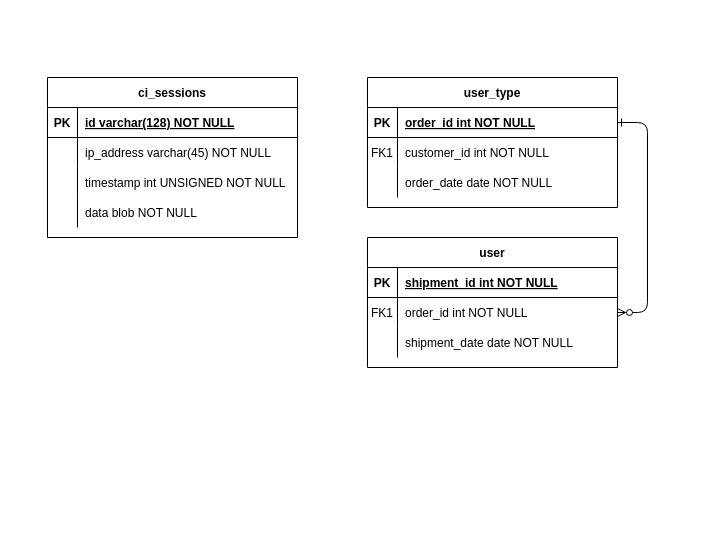
OrifInformatique/helpdesk keeps this draw.io diagram as documentation/database_ER_diagram.drawio. Above is the earlier version. Source tidied: cells renumbered, new cells numbered last; positions are measured from the earlier drawing's top-left corner, leaving out a move shared by most shapes. Both pictures are drawn from the tidied source at 100%, with x=0, y=0 at pixel (47, 77).
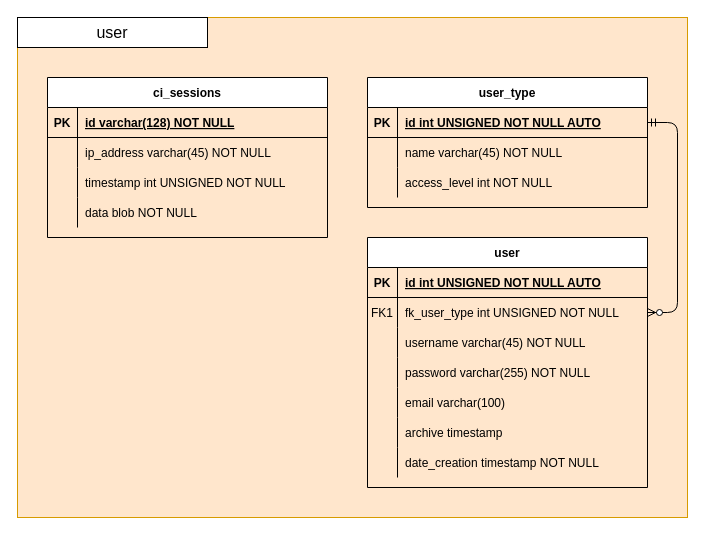
After the change.

Commit message:
Update database_ER_diagram

Diff of the diagram source:
```diff
@@
+    <mxCell id="36" style="rounded=0;whiteSpace=wrap;html=1;fillColor=#ffe6cc;strokeColor=#d79b00;" parent="1" vertex="1">
+      <mxGeometry x="-30" y="-60" width="670" height="500" as="geometry" />
+    </mxCell>
-    <mxCell id="2" style="edgeStyle=entityRelationEdgeStyle;endArrow=ERzeroToMany;startArrow=ERone;endFill=1;startFill=0;" parent="1" edge="1" source="4" target="17">
+    <mxCell id="2" style="edgeStyle=entityRelationEdgeStyle;endArrow=ERzeroToMany;startArrow=ERmandOne;endFill=1;startFill=0;" parent="1" edge="1" source="4" target="17">
       <mxGeometry relative="1" as="geometry" />
     </mxCell>
     <mxCell id="3" value="user_type" style="shape=table;startSize=30;childLayout=tableLayout;rowLines=0;fontStyle=1;align=center;" parent="1" vertex="1">
-      <mxGeometry x="320" width="250" height="130" as="geometry" />
+      <mxGeometry x="320" width="280" height="130" as="geometry" />
     </mxCell>
     <mxCell id="4" style="shape=partialRectangle;fillColor=none;points=[[0,0.5],[1,0.5]];portConstraint=eastwest;top=0;left=0;right=0;bottom=1;" parent="3" vertex="1">
-      <mxGeometry y="30" width="250" height="30" as="geometry" />
+      <mxGeometry y="30" width="280" height="30" as="geometry" />
     </mxCell>
@@
-    <mxCell id="6" value="order_id int NOT NULL " style="shape=partialRectangle;overflow=hidden;fillColor=none;top=0;left=0;bottom=0;right=0;align=left;spacingLeft=6;fontStyle=5;" parent="4" vertex="1">
-      <mxGeometry x="30" width="220" height="30" as="geometry" />
+    <mxCell id="6" value="id int UNSIGNED NOT NULL AUTO" style="shape=partialRectangle;overflow=hidden;fillColor=none;top=0;left=0;bottom=0;right=0;align=left;spacingLeft=6;fontStyle=5;" parent="4" vertex="1">
+      <mxGeometry x="30" width="250" height="30" as="geometry" />
     </mxCell>
     <mxCell id="7" style="shape=partialRectangle;fillColor=none;top=0;left=0;right=0;bottom=0;" parent="3" vertex="1">
-      <mxGeometry y="60" width="250" height="30" as="geometry" />
+      <mxGeometry y="60" width="280" height="30" as="geometry" />
     </mxCell>
-    <mxCell id="8" value="FK1" style="shape=partialRectangle;overflow=hidden;fillColor=none;top=0;left=0;bottom=0;right=0;" parent="7" vertex="1">
+    <mxCell id="8" style="shape=partialRectangle;overflow=hidden;fillColor=none;top=0;left=0;bottom=0;right=0;" parent="7" vertex="1">
       <mxGeometry width="30" height="30" as="geometry" />
     </mxCell>
-    <mxCell id="9" value="customer_id int NOT NULL" style="shape=partialRectangle;overflow=hidden;fillColor=none;top=0;left=0;bottom=0;right=0;align=left;spacingLeft=6;" parent="7" vertex="1">
-      <mxGeometry x="30" width="220" height="30" as="geometry" />
+    <mxCell id="9" value="name varchar(45) NOT NULL" style="shape=partialRectangle;overflow=hidden;fillColor=none;top=0;left=0;bottom=0;right=0;align=left;spacingLeft=6;" parent="7" vertex="1">
+      <mxGeometry x="30" width="250" height="30" as="geometry" />
     </mxCell>
     <mxCell id="10" style="shape=partialRectangle;fillColor=none;top=0;left=0;right=0;bottom=0;" parent="3" vertex="1">
-      <mxGeometry y="90" width="250" height="30" as="geometry" />
+      <mxGeometry y="90" width="280" height="30" as="geometry" />
     </mxCell>
@@
-    <mxCell id="12" value="order_date date NOT NULL" style="shape=partialRectangle;overflow=hidden;fillColor=none;top=0;left=0;bottom=0;right=0;align=left;spacingLeft=6;" parent="10" vertex="1">
-      <mxGeometry x="30" width="220" height="30" as="geometry" />
+    <mxCell id="12" value="access_level int NOT NULL" style="shape=partialRectangle;overflow=hidden;fillColor=none;top=0;left=0;bottom=0;right=0;align=left;spacingLeft=6;" parent="10" vertex="1">
+      <mxGeometry x="30" width="250" height="30" as="geometry" />
     </mxCell>
     <mxCell id="13" value="user" style="shape=table;startSize=30;childLayout=tableLayout;rowLines=0;fontStyle=1;align=center;" parent="1" vertex="1">
-      <mxGeometry x="320" y="160" width="250" height="130" as="geometry" />
+      <mxGeometry x="320" y="160" width="280" height="250" as="geometry" />
     </mxCell>
     <mxCell id="14" style="shape=partialRectangle;fillColor=none;top=0;left=0;right=0;bottom=1;" parent="13" vertex="1">
-      <mxGeometry y="30" width="250" height="30" as="geometry" />
+      <mxGeometry y="30" width="280" height="30" as="geometry" />
     </mxCell>
@@
-    <mxCell id="16" value="shipment_id int NOT NULL " style="shape=partialRectangle;overflow=hidden;fillColor=none;top=0;left=0;bottom=0;right=0;align=left;spacingLeft=6;fontStyle=5;" parent="14" vertex="1">
-      <mxGeometry x="30" width="220" height="30" as="geometry" />
+    <mxCell id="16" value="id int UNSIGNED NOT NULL AUTO" style="shape=partialRectangle;overflow=hidden;fillColor=none;top=0;left=0;bottom=0;right=0;align=left;spacingLeft=6;fontStyle=5;" parent="14" vertex="1">
+      <mxGeometry x="30" width="250" height="30" as="geometry" />
     </mxCell>
     <mxCell id="17" style="shape=partialRectangle;fillColor=none;points=[[0,0.5],[1,0.5]];portConstraint=eastwest;top=0;left=0;right=0;bottom=0;" parent="13" vertex="1">
-      <mxGeometry y="60" width="250" height="30" as="geometry" />
+      <mxGeometry y="60" width="280" height="30" as="geometry" />
     </mxCell>
@@
-    <mxCell id="19" value="order_id int NOT NULL" style="shape=partialRectangle;overflow=hidden;fillColor=none;top=0;left=0;bottom=0;right=0;align=left;spacingLeft=6;" parent="17" vertex="1">
-      <mxGeometry x="30" width="220" height="30" as="geometry" />
+    <mxCell id="19" value="fk_user_type int UNSIGNED NOT NULL" style="shape=partialRectangle;overflow=hidden;fillColor=none;top=0;left=0;bottom=0;right=0;align=left;spacingLeft=6;" parent="17" vertex="1">
+      <mxGeometry x="30" width="250" height="30" as="geometry" />
     </mxCell>
     <mxCell id="20" style="shape=partialRectangle;fillColor=none;top=0;left=0;right=0;bottom=0;" parent="13" vertex="1">
-      <mxGeometry y="90" width="250" height="30" as="geometry" />
+      <mxGeometry y="90" width="280" height="30" as="geometry" />
     </mxCell>
@@
-    <mxCell id="22" value="shipment_date date NOT NULL" style="shape=partialRectangle;overflow=hidden;fillColor=none;top=0;left=0;bottom=0;right=0;align=left;spacingLeft=6;" parent="20" vertex="1">
-      <mxGeometry x="30" width="220" height="30" as="geometry" />
+    <mxCell id="22" value="username varchar(45) NOT NULL" style="shape=partialRectangle;overflow=hidden;fillColor=none;top=0;left=0;bottom=0;right=0;align=left;spacingLeft=6;" parent="20" vertex="1">
+      <mxGeometry x="30" width="250" height="30" as="geometry" />
     </mxCell>
+    <mxCell id="37" style="shape=partialRectangle;fillColor=none;top=0;left=0;bottom=0;right=0;" parent="13" vertex="1">
+      <mxGeometry y="120" width="280" height="30" as="geometry" />
+    </mxCell>
+    <mxCell id="38" style="shape=partialRectangle;fillColor=none;top=0;left=0;bottom=0;right=0;overflow=hidden;" parent="37" vertex="1">
+      <mxGeometry width="30" height="30" as="geometry" />
+    </mxCell>
+    <mxCell id="39" value="password varchar(255) NOT NULL" style="shape=partialRectangle;fillColor=none;top=0;left=0;bottom=0;right=0;align=left;spacingLeft=6;overflow=hidden;" parent="37" vertex="1">
+      <mxGeometry x="30" width="250" height="30" as="geometry" />
+    </mxCell>
+    <mxCell id="40" style="shape=partialRectangle;fillColor=none;top=0;left=0;bottom=0;right=0;" parent="13" vertex="1">
+      <mxGeometry y="150" width="280" height="30" as="geometry" />
+    </mxCell>
+    <mxCell id="41" style="shape=partialRectangle;fillColor=none;top=0;left=0;bottom=0;right=0;overflow=hidden;" parent="40" vertex="1">
+      <mxGeometry width="30" height="30" as="geometry" />
+    </mxCell>
+    <mxCell id="42" value="email varchar(100)" style="shape=partialRectangle;fillColor=none;top=0;left=0;bottom=0;right=0;align=left;spacingLeft=6;overflow=hidden;" parent="40" vertex="1">
+      <mxGeometry x="30" width="250" height="30" as="geometry" />
+    </mxCell>
+    <mxCell id="43" style="shape=partialRectangle;fillColor=none;top=0;left=0;bottom=0;right=0;" parent="13" vertex="1">
+      <mxGeometry y="180" width="280" height="30" as="geometry" />
+    </mxCell>
+    <mxCell id="44" style="shape=partialRectangle;fillColor=none;top=0;left=0;bottom=0;right=0;overflow=hidden;" parent="43" vertex="1">
+      <mxGeometry width="30" height="30" as="geometry" />
+    </mxCell>
+    <mxCell id="45" value="archive timestamp" style="shape=partialRectangle;fillColor=none;top=0;left=0;bottom=0;right=0;align=left;spacingLeft=6;overflow=hidden;" parent="43" vertex="1">
+      <mxGeometry x="30" width="250" height="30" as="geometry" />
+    </mxCell>
+    <mxCell id="46" style="shape=partialRectangle;fillColor=none;top=0;left=0;bottom=0;right=0;" parent="13" vertex="1">
+      <mxGeometry y="210" width="280" height="30" as="geometry" />
+    </mxCell>
+    <mxCell id="47" style="shape=partialRectangle;fillColor=none;top=0;left=0;bottom=0;right=0;overflow=hidden;" parent="46" vertex="1">
+      <mxGeometry width="30" height="30" as="geometry" />
+    </mxCell>
+    <mxCell id="48" value="date_creation timestamp NOT NULL" style="shape=partialRectangle;fillColor=none;top=0;left=0;bottom=0;right=0;align=left;spacingLeft=6;overflow=hidden;" parent="46" vertex="1">
+      <mxGeometry x="30" width="250" height="30" as="geometry" />
+    </mxCell>
     <mxCell id="23" value="ci_sessions" style="shape=table;startSize=30;childLayout=tableLayout;rowLines=0;fontStyle=1;align=center;" parent="1" vertex="1">
-      <mxGeometry width="250" height="160" as="geometry" />
+      <mxGeometry width="280" height="160" as="geometry" />
     </mxCell>
     <mxCell id="24" style="shape=partialRectangle;fillColor=none;top=0;left=0;right=0;bottom=1;" parent="23" vertex="1">
-      <mxGeometry y="30" width="250" height="30" as="geometry" />
+      <mxGeometry y="30" width="280" height="30" as="geometry" />
     </mxCell>
@@
     <mxCell id="26" value="id varchar(128) NOT NULL " style="shape=partialRectangle;overflow=hidden;fillColor=none;top=0;left=0;bottom=0;right=0;align=left;spacingLeft=6;fontStyle=5;" parent="24" vertex="1">
-      <mxGeometry x="30" width="220" height="30" as="geometry" />
+      <mxGeometry x="30" width="250" height="30" as="geometry" />
     </mxCell>
     <mxCell id="27" style="shape=partialRectangle;fillColor=none;top=0;left=0;right=0;bottom=0;" parent="23" vertex="1">
-      <mxGeometry y="60" width="250" height="30" as="geometry" />
+      <mxGeometry y="60" width="280" height="30" as="geometry" />
     </mxCell>
@@
     <mxCell id="29" value="ip_address varchar(45) NOT NULL" style="shape=partialRectangle;overflow=hidden;fillColor=none;top=0;left=0;bottom=0;right=0;align=left;spacingLeft=6;" parent="27" vertex="1">
-      <mxGeometry x="30" width="220" height="30" as="geometry" />
+      <mxGeometry x="30" width="250" height="30" as="geometry" />
     </mxCell>
     <mxCell id="30" style="shape=partialRectangle;fillColor=none;top=0;left=0;bottom=0;right=0;" parent="23" vertex="1">
-      <mxGeometry y="90" width="250" height="30" as="geometry" />
+      <mxGeometry y="90" width="280" height="30" as="geometry" />
     </mxCell>
@@
     <mxCell id="32" value="timestamp int UNSIGNED NOT NULL" style="shape=partialRectangle;fillColor=none;top=0;left=0;bottom=0;right=0;align=left;spacingLeft=6;overflow=hidden;" parent="30" vertex="1">
-      <mxGeometry x="30" width="220" height="30" as="geometry" />
+      <mxGeometry x="30" width="250" height="30" as="geometry" />
     </mxCell>
     <mxCell id="33" style="shape=partialRectangle;fillColor=none;top=0;left=0;bottom=0;right=0;" parent="23" vertex="1">
-      <mxGeometry y="120" width="250" height="30" as="geometry" />
+      <mxGeometry y="120" width="280" height="30" as="geometry" />
     </mxCell>
@@
     <mxCell id="35" value="data blob NOT NULL" style="shape=partialRectangle;fillColor=none;top=0;left=0;bottom=0;right=0;align=left;spacingLeft=6;overflow=hidden;" parent="33" vertex="1">
-      <mxGeometry x="30" width="220" height="30" as="geometry" />
+      <mxGeometry x="30" width="250" height="30" as="geometry" />
     </mxCell>
+    <mxCell id="49" value="&lt;font style=&quot;font-size: 16px&quot;&gt;user&lt;/font&gt;" style="text;html=1;align=center;verticalAlign=middle;whiteSpace=wrap;rounded=0;fillColor=#ffffff;strokeColor=#000000;" parent="1" vertex="1">
+      <mxGeometry x="-30" y="-60" width="190" height="30" as="geometry" />
+    </mxCell>
```
